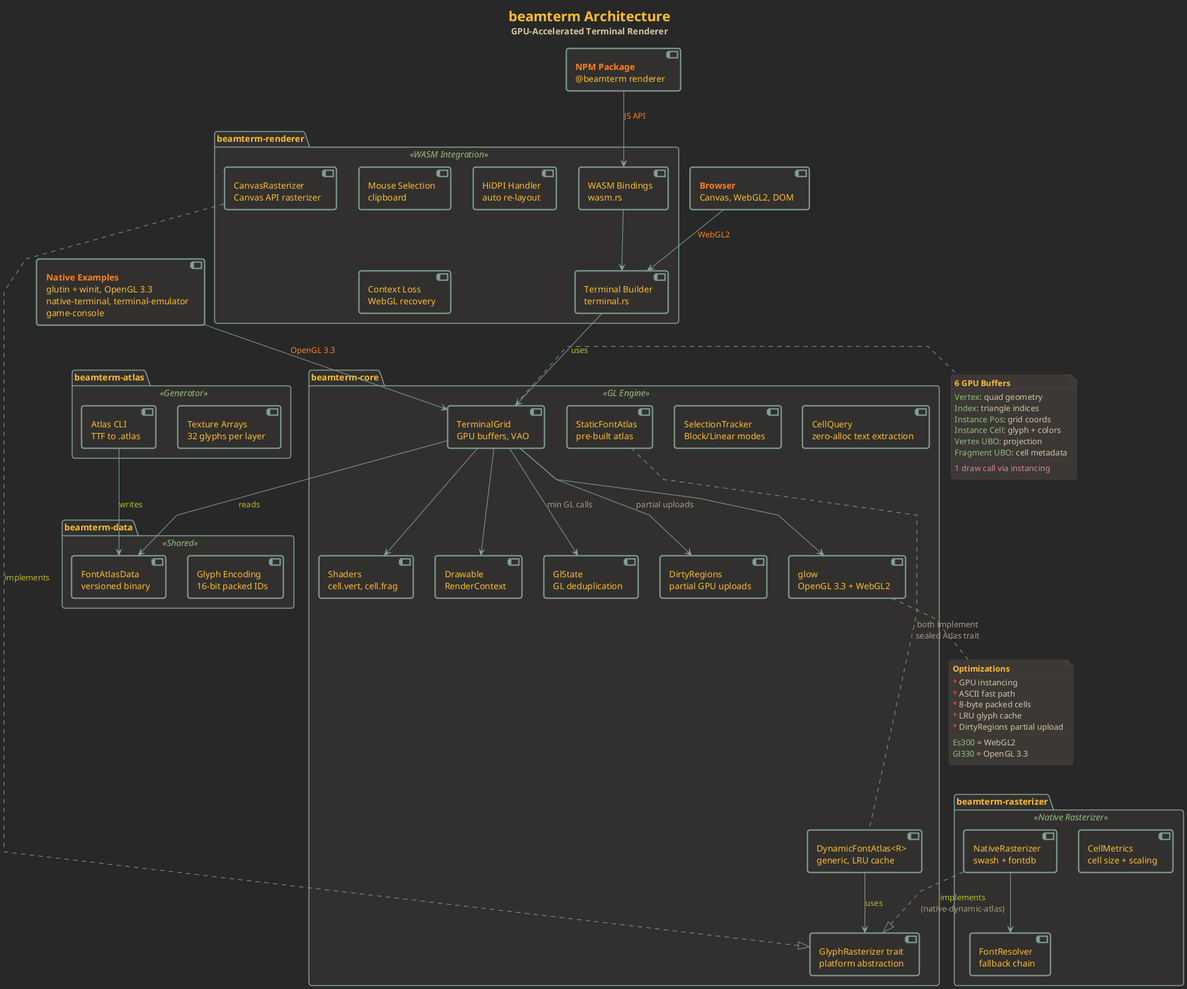
Above: docs/architecture.png in junkdog/beamterm (PlantUML), before the change.
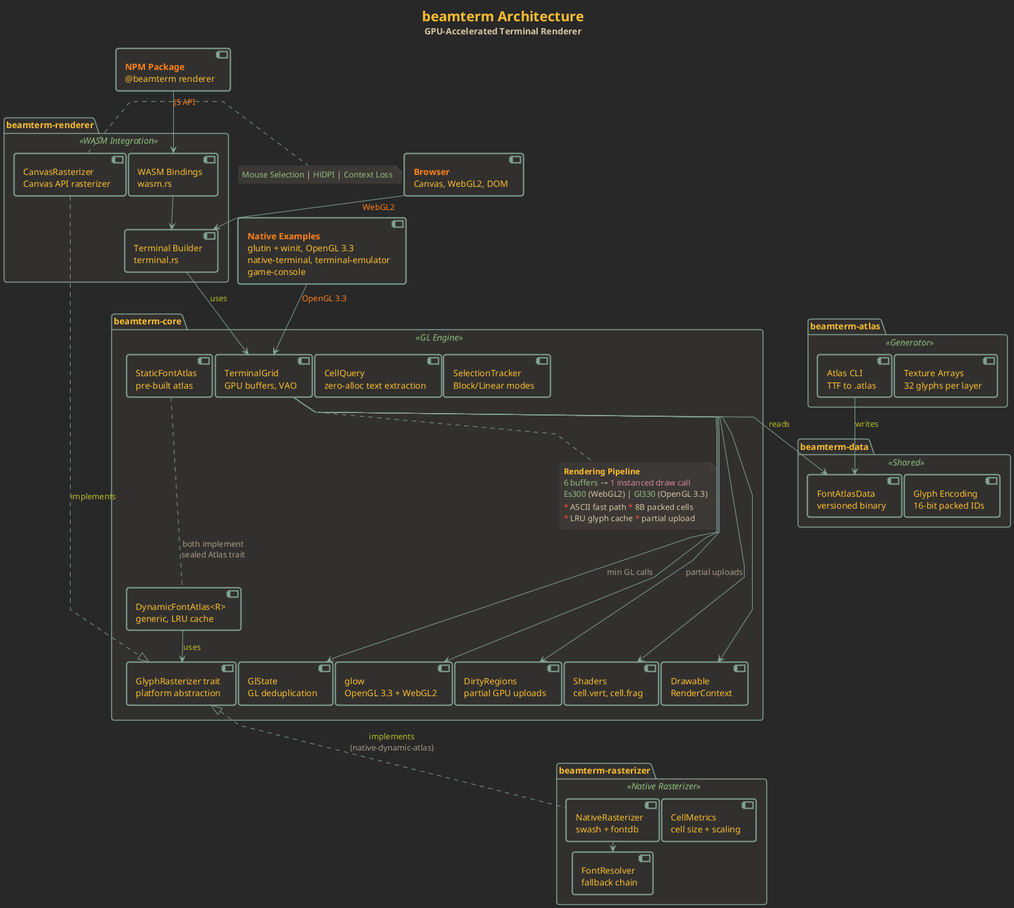
Later version of the same file.

What changed in the source:
```diff
@@ -7,6 +7,8 @@
 skinparam roundcorner 8
 skinparam shadowing false
 skinparam linetype polyline
+skinparam nodesep 4
+skinparam ranksep 10
 
 skinparam note {
   BackgroundColor #3c3836
@@ -53,29 +55,39 @@
   [Terminal Builder\nterminal.rs] as builder
   [WASM Bindings\nwasm.rs] as wasm
   [CanvasRasterizer\nCanvas API rasterizer] as canvas_rast
-  [Mouse Selection\nclipboard] as selection
-  [HiDPI Handler\nauto re-layout] as hidpi
-  [Context Loss\nWebGL recovery] as ctx_loss
 }
 
+note right of canvas_rast
+  <color:#8ec07c>Mouse Selection</color> | <color:#8ec07c>HiDPI</color> | <color:#8ec07c>Context Loss</color>
+end note
+
 package "beamterm-core" <<GL Engine>> {
-  [TerminalGrid\nGPU buffers, VAO] as grid
-  [GlState\nGL deduplication] as glstate
-  [StaticFontAtlas\npre-built atlas] as static_atlas
-  [DynamicFontAtlas<R>\ngeneric, LRU cache] as dynamic_atlas
-  [GlyphRasterizer trait\nplatform abstraction] as rast_trait
-  [DirtyRegions\npartial GPU uploads] as dirty
-  [SelectionTracker\nBlock/Linear modes] as sel_tracker
-  [CellQuery\nzero-alloc text extraction] as cell_query
-  [Shaders\ncell.vert, cell.frag] as shaders
-  [Drawable\nRenderContext] as drawable
-  [glow\nOpenGL 3.3 + WebGL2] as glow
-}
+  together {
+    [TerminalGrid\nGPU buffers, VAO] as grid
+    [StaticFontAtlas\npre-built atlas] as static_atlas
+    [DynamicFontAtlas<R>\ngeneric, LRU cache] as dynamic_atlas
+    [SelectionTracker\nBlock/Linear modes] as sel_tracker
+    [CellQuery\nzero-alloc text extraction] as cell_query
+  }
+  together {
+    [GlyphRasterizer trait\nplatform abstraction] as rast_trait
+    [Shaders\ncell.vert, cell.frag] as shaders
+    [Drawable\nRenderContext] as drawable
+    [GlState\nGL deduplication] as glstate
+    [DirtyRegions\npartial GPU uploads] as dirty
+    [glow\nOpenGL 3.3 + WebGL2] as glow
+  }
 
-package "beamterm-rasterizer" <<Native Rasterizer>> {
-  [NativeRasterizer\nswash + fontdb] as native_rast
-  [FontResolver\nfallback chain] as font_resolver
-  [CellMetrics\ncell size + scaling] as cell_metrics
+  note as core_note
+    <color:#fabd2f><b>Rendering Pipeline</b></color>
+    <color:#8ec07c>6 buffers</color> → <color:#d3869b>1 instanced draw call</color>
+    <color:#8ec07c>Es300</color> (WebGL2) | <color:#8ec07c>Gl330</color> (OpenGL 3.3)
+    ....
+    <color:#fb4934>*</color> ASCII fast path <color:#fb4934>*</color> 8B packed cells
+    <color:#fb4934>*</color> LRU glyph cache <color:#fb4934>*</color> partial upload
+  end note
+
+  grid .. core_note
 }
 
 package "beamterm-data" <<Shared>> {
@@ -87,6 +99,14 @@
   [Atlas CLI\nTTF to .atlas] as atlas_cli
   [Texture Arrays\n32 glyphs per layer] as tex_arrays
 }
+
+package "beamterm-rasterizer" <<Native Rasterizer>> {
+  [NativeRasterizer\nswash + fontdb] as native_rast
+  [FontResolver\nfallback chain] as font_resolver
+  [CellMetrics\ncell size + scaling] as cell_metrics
+}
+
+
 
 
 browser --> builder : <color:#fe8019>WebGL2</color>
@@ -109,34 +129,14 @@
 grid --> atlas_data : <color:#b8bb26>reads</color>
 atlas_cli --> atlas_data : <color:#b8bb26>writes</color>
 
-native_rast ..|> rast_trait : <color:#b8bb26>implements\n<color:#a89984>(native-dynamic-atlas)</color>
+rast_trait <|.. native_rast : <color:#b8bb26>implements\n<color:#a89984>(native-dynamic-atlas)</color>
 native_rast --> font_resolver
 
-
-note right of grid
-  <color:#fabd2f><b>6 GPU Buffers</b></color>
-  ....
-  <color:#8ec07c>Vertex</color>: quad geometry
-  <color:#8ec07c>Index</color>: triangle indices
-  <color:#8ec07c>Instance Pos</color>: grid coords
-  <color:#8ec07c>Instance Cell</color>: glyph + colors
-  <color:#8ec07c>Vertex UBO</color>: projection
-  <color:#8ec07c>Fragment UBO</color>: cell metadata
-  ....
-  <color:#d3869b>1 draw call via instancing</color>
-end note
-
-note bottom of glow
-  <color:#fabd2f><b>Optimizations</b></color>
-  ....
-  <color:#fb4934>*</color> GPU instancing
-  <color:#fb4934>*</color> ASCII fast path
-  <color:#fb4934>*</color> 8-byte packed cells
-  <color:#fb4934>*</color> LRU glyph cache
-  <color:#fb4934>*</color> DirtyRegions partial upload
-  ....
-  <color:#8ec07c>Es300</color> = WebGL2
-  <color:#8ec07c>Gl330</color> = OpenGL 3.3
-end note
+glow -[hidden]right-> dirty
+shaders -[hidden]right-> drawable
+rast_trait -[hidden]right-> shaders
+atlas_data -[hidden]right-> glyph_enc
+atlas_cli -[hidden]right-> tex_arrays
+cell_query -[hidden]right-> native_rast
 
 @enduml
```
